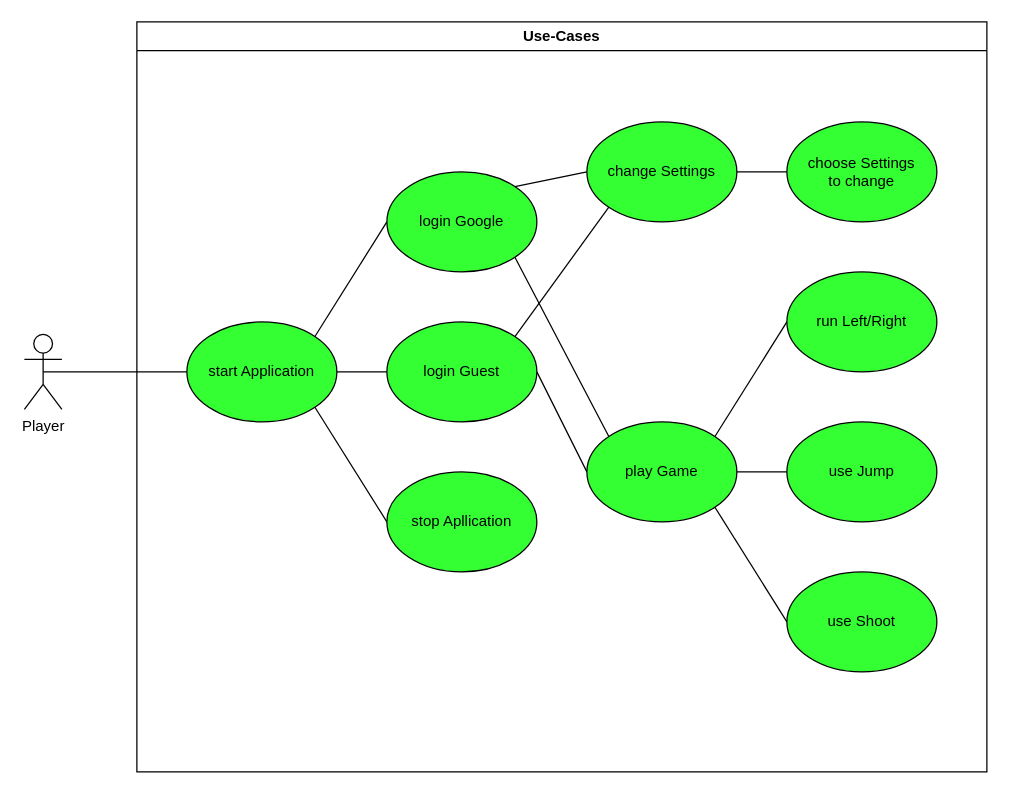
Above: Use-Case_diagram.drawio in GabrielBalzer/hypercasualgame (draw.io), before the change. Source tidied: cells renumbered, new cells numbered last; positions are measured from the earlier drawing's top-left corner, leaving out a move shared by most shapes. Both pictures are drawn from the tidied source at 125%, with x=0, y=0 at pixel (24, 21).
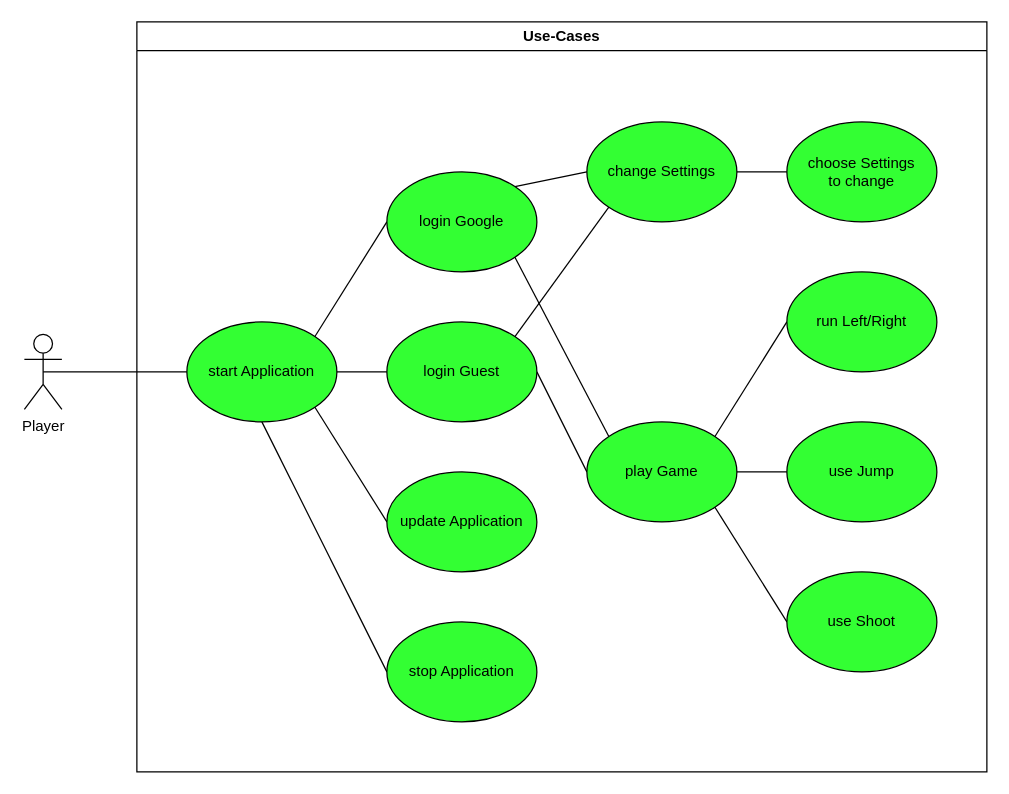
The same diagram, later.

The change refers to these unchanged cells:
```xml
<mxCell id="4" value="Use-Cases" style="swimlane;whiteSpace=wrap;" parent="1" vertex="1">
  <mxGeometry x="90" width="680" height="600" as="geometry" />
</mxCell>
<mxCell id="7" value="start Application" style="ellipse;whiteSpace=wrap;html=1;fillColor=#33FF33;" parent="4" vertex="1">
  <mxGeometry x="40" y="240" width="120" height="80" as="geometry" />
</mxCell>
```

Diff of the diagram source:
```diff
@@
-    <mxCell id="6" style="edgeStyle=none;rounded=0;jettySize=auto;html=1;exitX=1;exitY=1;exitDx=0;exitDy=0;entryX=0;entryY=0.5;entryDx=0;entryDy=0;endArrow=none;endFill=0;" parent="4" edge="1" source="7" target="15">
+    <mxCell id="6" style="edgeStyle=none;rounded=0;jettySize=auto;html=1;exitX=0.5;exitY=1;exitDx=0;exitDy=0;entryX=0;entryY=0.5;entryDx=0;entryDy=0;endArrow=none;endFill=0;" parent="4" edge="1" source="7" target="15">
       <mxGeometry relative="1" as="geometry" />
     </mxCell>
+    <mxCell id="26" style="rounded=0;jettySize=auto;html=1;exitX=1;exitY=1;exitDx=0;exitDy=0;entryX=0;entryY=0.5;entryDx=0;entryDy=0;endArrow=none;endFill=0;" parent="4" edge="1" source="7" target="27">
+      <mxGeometry relative="1" as="geometry" />
+    </mxCell>
@@
-    <mxCell id="15" value="stop Apllication" style="ellipse;whiteSpace=wrap;html=1;fillColor=#33FF33;" parent="4" vertex="1">
-      <mxGeometry x="200" y="360" width="120" height="80" as="geometry" />
+    <mxCell id="15" value="stop Application" style="ellipse;whiteSpace=wrap;html=1;fillColor=#33FF33;" parent="4" vertex="1">
+      <mxGeometry x="200" y="480" width="120" height="80" as="geometry" />
     </mxCell>
@@
+    <mxCell id="27" value="update Application" style="ellipse;whiteSpace=wrap;html=1;fillColor=#33FF33;" parent="4" vertex="1">
+      <mxGeometry x="200" y="360" width="120" height="80" as="geometry" />
+    </mxCell>
```
